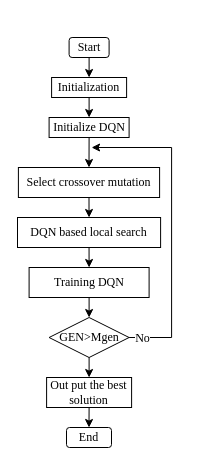
The draw.io diagram Framwork2.drawio in aslongaslihappy/algorithm, before the edit. Source tidied: cells renumbered, new cells numbered last; positions are measured from the earlier drawing's top-left corner, leaving out a move shared by most shapes. Both pictures are drawn from the tidied source at 100%, with x=0, y=0 at pixel (17, 37).
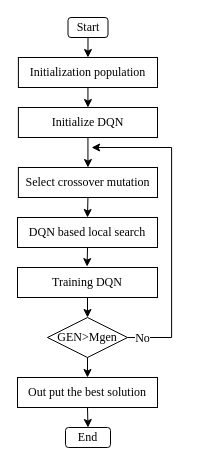
Above is the later version.

Change to the diagram source:
```diff
@@
+    <mxCell id="5" style="edgeStyle=orthogonalEdgeStyle;rounded=0;jettySize=auto;html=1;exitX=0.5;exitY=1;exitDx=0;exitDy=0;entryX=0.5;entryY=0;entryDx=0;entryDy=0;" parent="1" edge="1" source="2" target="3">
+      <mxGeometry relative="1" as="geometry" />
+    </mxCell>
     <mxCell id="2" value="Start" style="rounded=1;whiteSpace=wrap;html=1;fontFamily=Times New Roman;fontSize=12;" parent="1" vertex="1">
-      <mxGeometry x="51.6" width="40" height="20" as="geometry" />
+      <mxGeometry x="50.5" y="-20" width="40" height="20" as="geometry" />
     </mxCell>
+    <mxCell id="6" style="edgeStyle=orthogonalEdgeStyle;rounded=0;jettySize=auto;html=1;exitX=0.5;exitY=1;exitDx=0;exitDy=0;entryX=0.5;entryY=0;entryDx=0;entryDy=0;" parent="1" edge="1" source="3" target="4">
+      <mxGeometry relative="1" as="geometry" />
+    </mxCell>
-    <mxCell id="3" value="&lt;span lang=&quot;EN-US&quot;&gt;&lt;font&gt;Initialization&lt;/font&gt;&lt;/span&gt;" style="rounded=0;whiteSpace=wrap;html=1;fontFamily=Times New Roman;fontSize=12;" parent="1" vertex="1">
-      <mxGeometry x="34.1" y="40" width="75" height="20" as="geometry" />
+    <mxCell id="3" value="&lt;span lang=&quot;EN-US&quot;&gt;&lt;font&gt;Initialization population&lt;/font&gt;&lt;/span&gt;" style="rounded=0;whiteSpace=wrap;html=1;fontFamily=Times New Roman;fontSize=12;" parent="1" vertex="1">
+      <mxGeometry x="0.9" y="20" width="139.1" height="30" as="geometry" />
     </mxCell>
+    <mxCell id="7" style="edgeStyle=orthogonalEdgeStyle;rounded=0;jettySize=auto;html=1;exitX=0.5;exitY=1;exitDx=0;exitDy=0;entryX=0.5;entryY=0;entryDx=0;entryDy=0;" parent="1" edge="1" source="4" target="9">
+      <mxGeometry relative="1" as="geometry" />
+    </mxCell>
     <mxCell id="4" value="Initialize DQN" style="rounded=0;whiteSpace=wrap;html=1;fontFamily=Times New Roman;fontSize=12;" parent="1" vertex="1">
-      <mxGeometry x="31.6" y="80" width="80" height="20" as="geometry" />
+      <mxGeometry x="0.9" y="70" width="139.1" height="30" as="geometry" />
     </mxCell>
-    <mxCell id="5" style="endArrow=classic;html=1;rounded=0;exitX=0.5;exitY=1;exitDx=0;exitDy=0;entryX=0.5;entryY=0;entryDx=0;entryDy=0;fontFamily=Times New Roman;fontSize=12;" parent="1" edge="1" source="2" target="3">
-      <mxGeometry relative="1" as="geometry" />
-    </mxCell>
-    <mxCell id="6" style="endArrow=classic;html=1;rounded=0;exitX=0.5;exitY=1;exitDx=0;exitDy=0;entryX=0.5;entryY=0;entryDx=0;entryDy=0;fontFamily=Times New Roman;fontSize=12;" parent="1" edge="1" source="3" target="4">
-      <mxGeometry relative="1" as="geometry" />
-    </mxCell>
-    <mxCell id="7" style="endArrow=classic;html=1;rounded=0;exitX=0.5;exitY=1;exitDx=0;exitDy=0;entryX=0.5;entryY=0;entryDx=0;entryDy=0;fontFamily=Times New Roman;fontSize=12;" parent="1" edge="1" source="4" target="9">
-      <mxGeometry relative="1" as="geometry" />
-    </mxCell>
@@
     <mxCell id="9" value="&lt;span style=&quot;font-family: &amp;quot;Times New Roman&amp;quot;;&quot;&gt;Select crossover m&lt;/span&gt;&lt;span style=&quot;font-family: &amp;quot;Times New Roman&amp;quot;;&quot;&gt;utation&lt;/span&gt;" style="rounded=0;whiteSpace=wrap;html=1;" parent="1" vertex="1">
-      <mxGeometry x="0.9" y="130" width="141.2" height="30" as="geometry" />
+      <mxGeometry x="0.9" y="130" width="139.1" height="30" as="geometry" />
     </mxCell>
-    <mxCell id="10" style="edgeStyle=orthogonalEdgeStyle;rounded=0;jettySize=auto;html=1;exitX=0.5;exitY=1;exitDx=0;exitDy=0;entryX=0.5;entryY=0;entryDx=0;entryDy=0;" parent="1" edge="1" source="11" target="13">
-      <mxGeometry relative="1" as="geometry" />
-    </mxCell>
     <mxCell id="11" value="&lt;span style=&quot;font-family: &amp;quot;Times New Roman&amp;quot;; text-wrap-mode: nowrap;&quot;&gt;DQN based local search&lt;/span&gt;" style="rounded=0;whiteSpace=wrap;html=1;" parent="1" vertex="1">
-      <mxGeometry y="180" width="143.1" height="30" as="geometry" />
+      <mxGeometry y="180" width="140" height="30" as="geometry" />
     </mxCell>
@@
     <mxCell id="13" value="Training DQN" style="rounded=0;whiteSpace=wrap;html=1;fontFamily=Times New Roman;fontSize=12;" parent="1" vertex="1">
-      <mxGeometry x="11.6" y="230" width="120" height="30" as="geometry" />
+      <mxGeometry y="230" width="140" height="30" as="geometry" />
     </mxCell>
@@
     <mxCell id="15" value="GEN&amp;gt;Mgen" style="rhombus;whiteSpace=wrap;html=1;fontFamily=Times New Roman;fontSize=12;" parent="1" vertex="1">
-      <mxGeometry x="31.6" y="280" width="80" height="40" as="geometry" />
+      <mxGeometry x="30" y="280" width="80" height="40" as="geometry" />
     </mxCell>
@@
     <mxCell id="18" value="Out put the best solution" style="rounded=0;whiteSpace=wrap;html=1;fontFamily=Times New Roman;fontSize=12;" parent="1" vertex="1">
-      <mxGeometry x="29.1" y="340" width="85" height="30" as="geometry" />
+      <mxGeometry y="340" width="140" height="30" as="geometry" />
     </mxCell>
     <mxCell id="19" value="End" style="rounded=1;whiteSpace=wrap;html=1;fontFamily=Times New Roman;fontSize=12;" parent="1" vertex="1">
-      <mxGeometry x="49" y="390" width="45" height="20" as="geometry" />
+      <mxGeometry x="48" y="390" width="45" height="20" as="geometry" />
     </mxCell>
@@
+    <mxCell id="10" style="edgeStyle=orthogonalEdgeStyle;rounded=0;jettySize=auto;html=1;exitX=0.5;exitY=1;exitDx=0;exitDy=0;entryX=0.497;entryY=-0.03;entryDx=0;entryDy=0;entryPerimeter=0;" parent="1" edge="1" source="11" target="13">
+      <mxGeometry relative="1" as="geometry" />
+    </mxCell>
```
